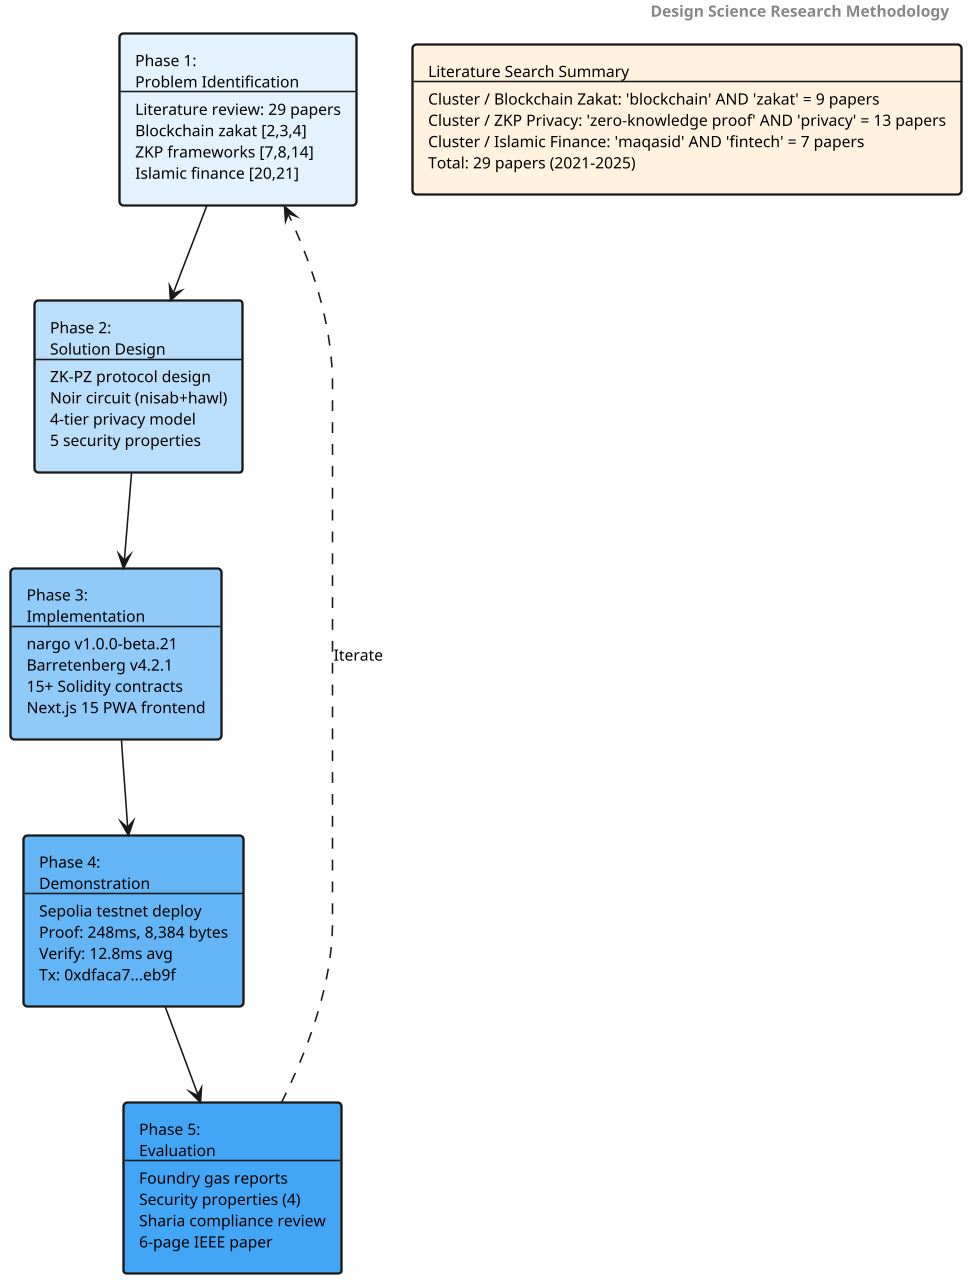
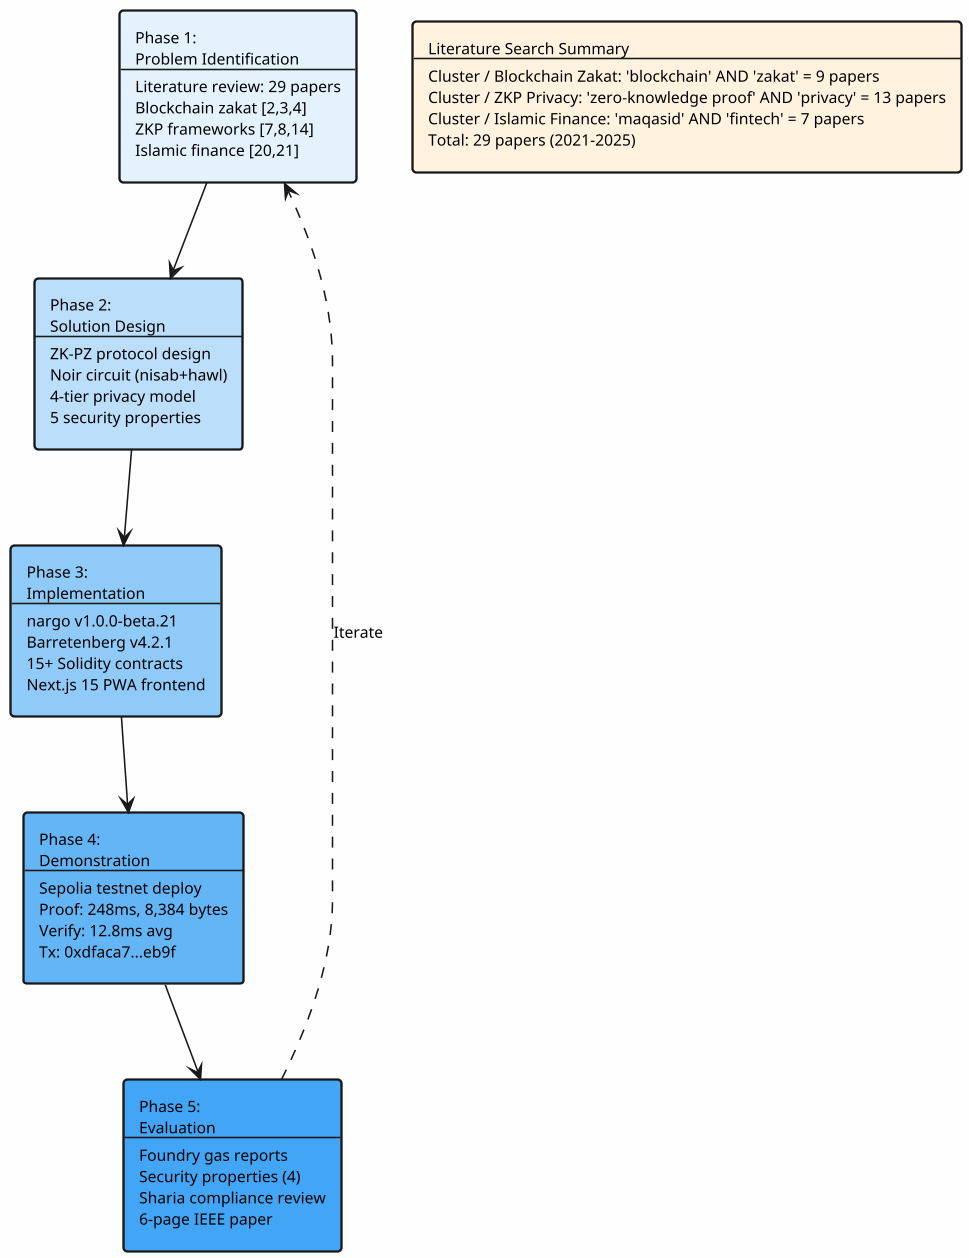
@startuml
skinparam backgroundColor #FEFEFE
skinparam shadowing false
skinparam defaultFontName Times-Roman
skinparam defaultFontSize 10
skinparam rectangleBorderThickness 1.5
skinparam dpi 150

- header <b>Design Science Research Methodology</b>

rectangle "Phase 1:\nProblem Identification\n--\nLiterature review: 29 papers\nBlockchain zakat [2,3,4]\nZKP frameworks [7,8,14]\nIslamic finance [20,21]" as P1 #E3F2FD
rectangle "Phase 2:\nSolution Design\n--\nZK-PZ protocol design\nNoir circuit (nisab+hawl)\n4-tier privacy model\n5 security properties" as P2 #BBDEFB
rectangle "Phase 3:\nImplementation\n--\nnargo v1.0.0-beta.21\nBarretenberg v4.2.1\n15+ Solidity contracts\nNext.js 15 PWA frontend" as P3 #90CAF9
rectangle "Phase 4:\nDemonstration\n--\nSepolia testnet deploy\nProof: 248ms, 8,384 bytes\nVerify: 12.8ms avg\nTx: 0xdfaca7...eb9f" as P4 #64B5F6
rectangle "Phase 5:\nEvaluation\n--\nFoundry gas reports\nSecurity properties (4)\nSharia compliance review\n6-page IEEE paper" as P5 #42A5F5

P1 --> P2
P2 --> P3
P3 --> P4
P4 --> P5
P5 ..> P1 : Iterate

rectangle "Literature Search Summary\n--\nCluster / Blockchain Zakat: 'blockchain' AND 'zakat' = 9 papers\nCluster / ZKP Privacy: 'zero-knowledge proof' AND 'privacy' = 13 papers\nCluster / Islamic Finance: 'maqasid' AND 'fintech' = 7 papers\nTotal: 29 papers (2021-2025)" as SUMMARY #FFF3E0

@enduml
